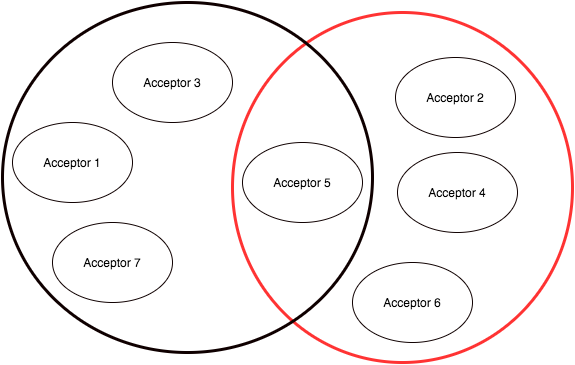
Before: app/articles/images/majority.png, a diagram exported from draw.io (itsWill/Blog). Source tidied: cells renumbered, new cells last; positions are measured from the earlier drawing's top-left corner, leaving out a move shared by most shapes.
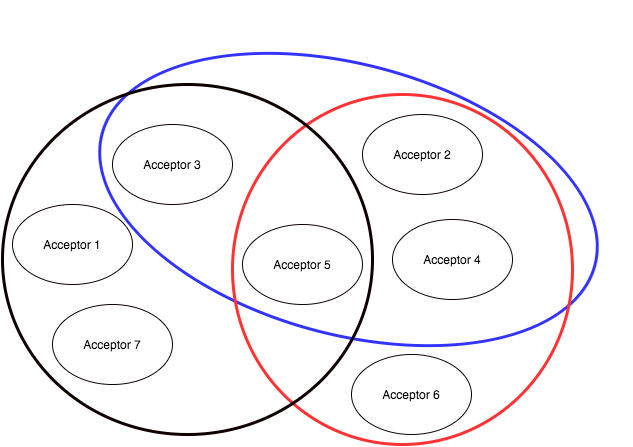
After the change.

Commit message:
even better image

Diff of the diagram source:
```diff
@@ -2,6 +2,9 @@
   <root>
     <mxCell id="0" />
     <mxCell id="1" parent="0" />
+    <mxCell id="11" style="ellipse;whiteSpace=wrap;html=1;strokeColor=#3333FF;strokeWidth=3;fillColor=none;gradientColor=none;rotation=15;" parent="1" vertex="1">
+      <mxGeometry x="91" y="-20" width="510" height="270" as="geometry" />
+    </mxCell>
     <mxCell id="2" style="ellipse;whiteSpace=wrap;html=1;strokeColor=#FF3333;strokeWidth=3;fillColor=none;gradientColor=none;" parent="1" vertex="1">
       <mxGeometry x="230" y="10" width="340" height="350" as="geometry" />
     </mxCell>
@@ -12,10 +15,10 @@
       <mxGeometry x="10" y="120" width="120" height="80" as="geometry" />
     </mxCell>
     <mxCell id="5" value="Acceptor 2" style="ellipse;whiteSpace=wrap;html=1;strokeColor=#0F0000;strokeWidth=1;fillColor=#ffffff;gradientColor=none;" parent="1" vertex="1">
-      <mxGeometry x="393" y="55" width="120" height="80" as="geometry" />
+      <mxGeometry x="360" y="30" width="120" height="80" as="geometry" />
     </mxCell>
     <mxCell id="6" value="Acceptor 4" style="ellipse;whiteSpace=wrap;html=1;strokeColor=#0F0000;strokeWidth=1;fillColor=#ffffff;gradientColor=none;" parent="1" vertex="1">
-      <mxGeometry x="395" y="150" width="120" height="80" as="geometry" />
+      <mxGeometry x="390" y="135" width="120" height="80" as="geometry" />
     </mxCell>
     <mxCell id="7" value="Acceptor 5" style="ellipse;whiteSpace=wrap;html=1;strokeColor=#0F0000;strokeWidth=1;fillColor=#ffffff;gradientColor=none;" parent="1" vertex="1">
       <mxGeometry x="240" y="140" width="120" height="80" as="geometry" />
@@ -24,7 +27,7 @@
       <mxGeometry x="50" y="220" width="120" height="80" as="geometry" />
     </mxCell>
     <mxCell id="9" value="Acceptor 6" style="ellipse;whiteSpace=wrap;html=1;strokeColor=#0F0000;strokeWidth=1;fillColor=#ffffff;gradientColor=none;" parent="1" vertex="1">
-      <mxGeometry x="350" y="260" width="120" height="80" as="geometry" />
+      <mxGeometry x="349" y="270" width="120" height="80" as="geometry" />
     </mxCell>
     <mxCell id="10" value="Acceptor 3" style="ellipse;whiteSpace=wrap;html=1;strokeColor=#0F0000;strokeWidth=1;fillColor=#ffffff;gradientColor=none;" parent="1" vertex="1">
       <mxGeometry x="110" y="40" width="120" height="80" as="geometry" />
```
